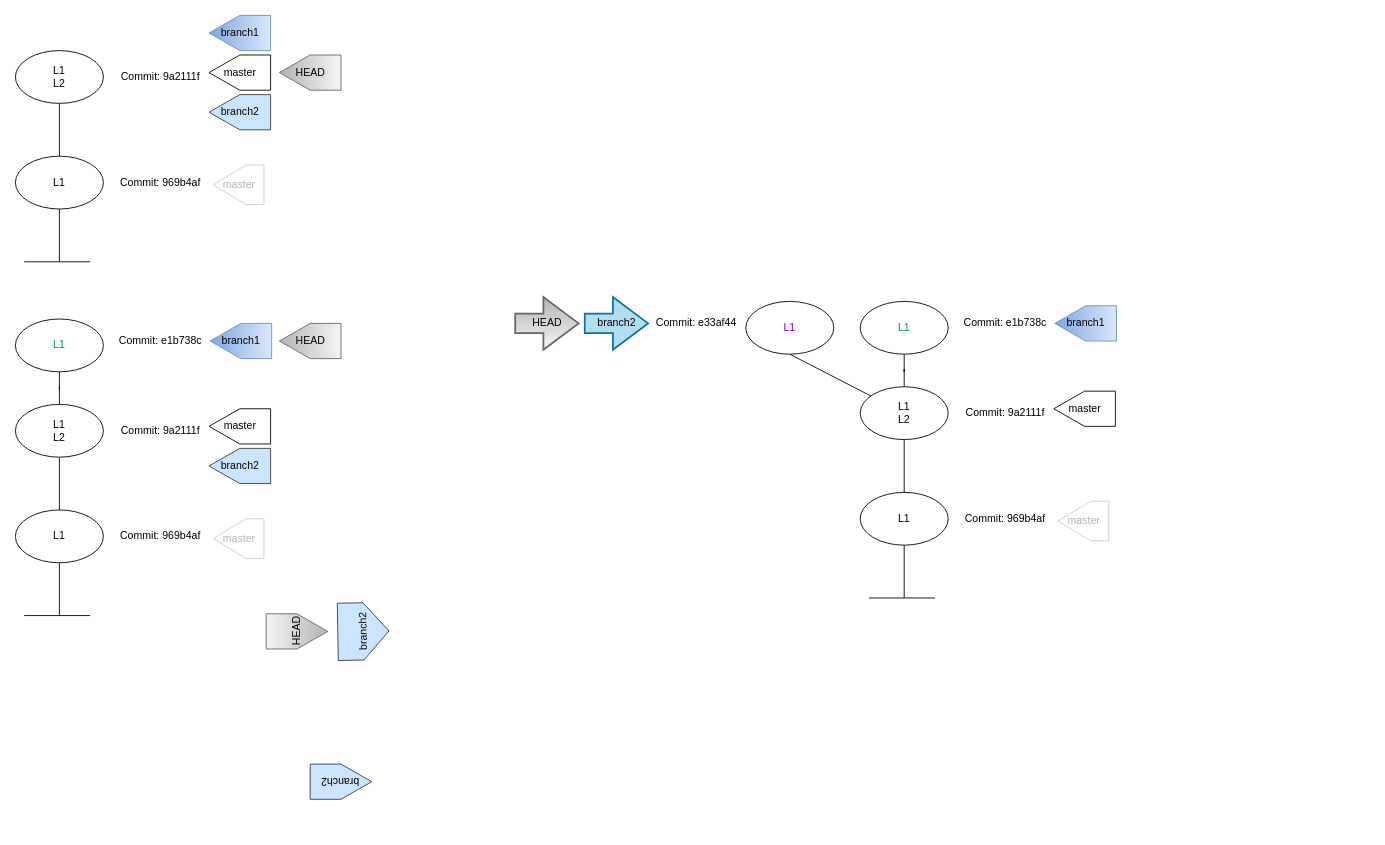
agabhinav/git-basics keeps this draw.io diagram as Untitled Diagram.drawio. Above is the earlier version. Source tidied: cells renumbered, new cells numbered last; positions are measured from the earlier drawing's top-left corner, leaving out a move shared by most shapes. Both pictures are drawn from the tidied source at 88%, with x=0, y=0 at pixel (15, 2).
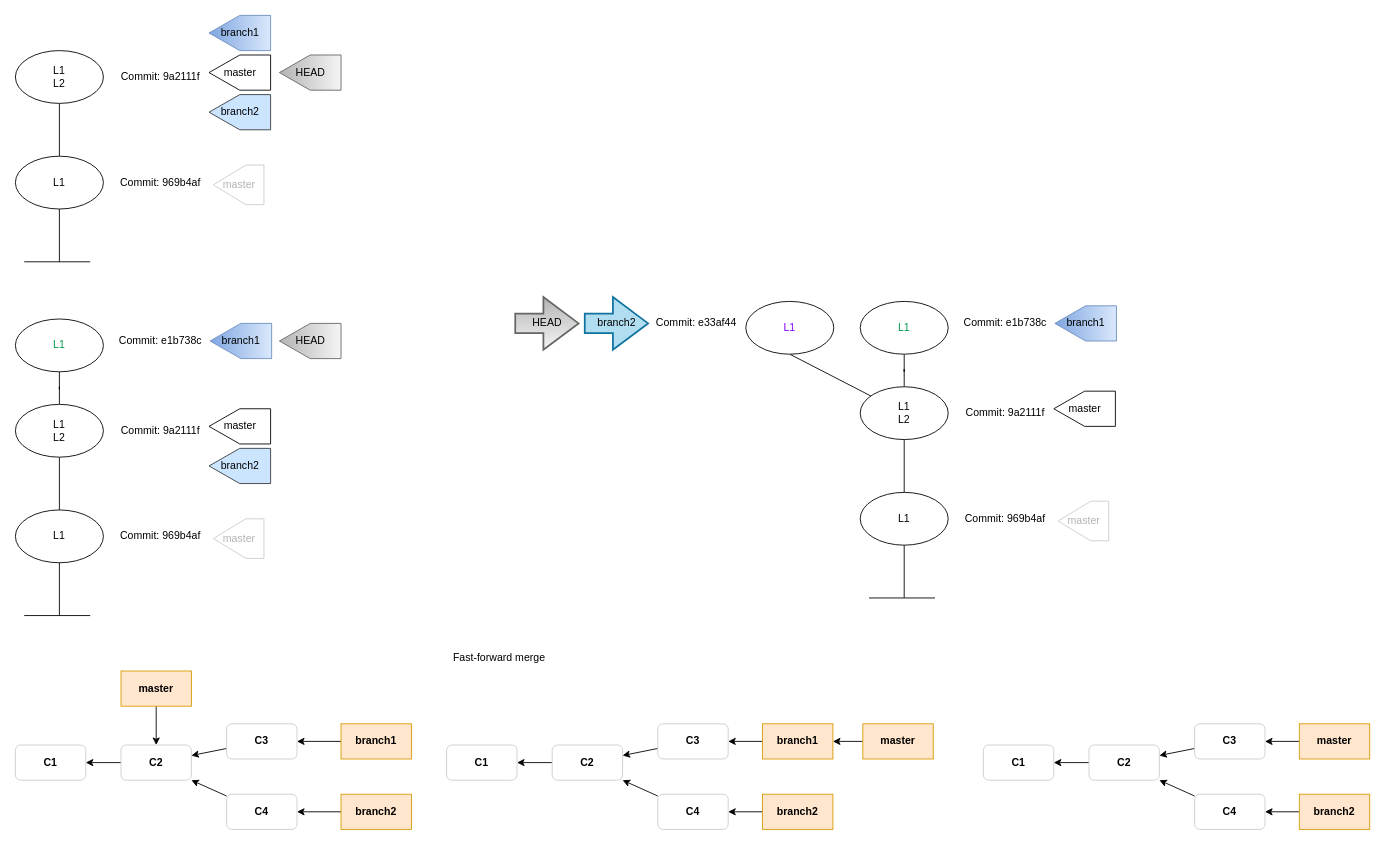
The same page after the edit.

Diff of the diagram source:
```diff
@@
-    <mxCell id="40" value="branch2" style="verticalLabelPosition=middle;verticalAlign=middle;html=1;shape=offPageConnector;rounded=0;size=0.5;rotation=-91;labelPosition=center;align=center;horizontal=1;fillColor=#cce5ff;strokeColor=#36393d;" parent="1" vertex="1">
-      <mxGeometry x="362.9" y="685.9" width="65.1" height="58.2" as="geometry" />
-    </mxCell>
@@
-    <mxCell id="42" value="HEAD" style="verticalLabelPosition=middle;verticalAlign=middle;html=1;shape=offPageConnector;rounded=0;size=0.5;rotation=-90;labelPosition=center;align=center;horizontal=1;fillColor=#f5f5f5;gradientColor=#b3b3b3;strokeColor=#666666;labelBackgroundColor=none;labelBorderColor=none;" parent="1" vertex="1">
-      <mxGeometry x="300" y="680" width="40" height="70" as="geometry" />
-    </mxCell>
@@
-    <mxCell id="47" value="branch2" style="verticalLabelPosition=middle;verticalAlign=middle;html=1;shape=offPageConnector;rounded=0;size=0.5;rotation=-90;labelPosition=center;align=center;horizontal=0;fillColor=#cce5ff;strokeColor=#36393d;" parent="1" vertex="1">
-      <mxGeometry x="350" y="850.8" width="40" height="70" as="geometry" />
-    </mxCell>
@@
+    <mxCell id="50" value="&lt;b&gt;C1&lt;/b&gt;" style="rounded=1;whiteSpace=wrap;html=1;labelBackgroundColor=none;labelBorderColor=none;strokeColor=#CCCCCC;fontColor=#000000;gradientDirection=north;" parent="1" vertex="1">
+      <mxGeometry y="844.1" width="80" height="40" as="geometry" />
+    </mxCell>
+    <mxCell id="51" style="edgeStyle=none;rounded=0;jettySize=auto;html=1;fontColor=#000000;endArrow=classic;endFill=1;" parent="1" edge="1" source="52" target="54">
+      <mxGeometry relative="1" as="geometry" />
+    </mxCell>
+    <mxCell id="52" value="&lt;b&gt;master&lt;/b&gt;" style="rounded=0;whiteSpace=wrap;html=1;labelBackgroundColor=none;labelBorderColor=none;strokeColor=#d79b00;gradientDirection=north;fillColor=#ffe6cc;" parent="1" vertex="1">
+      <mxGeometry x="120" y="760" width="80" height="40" as="geometry" />
+    </mxCell>
+    <mxCell id="53" style="edgeStyle=none;rounded=0;jettySize=auto;html=1;fontColor=#000000;endArrow=classic;endFill=1;" parent="1" edge="1" source="54" target="50">
+      <mxGeometry relative="1" as="geometry" />
+    </mxCell>
+    <mxCell id="54" value="&lt;b&gt;C2&lt;/b&gt;" style="rounded=1;whiteSpace=wrap;html=1;labelBackgroundColor=none;labelBorderColor=none;strokeColor=#CCCCCC;fontColor=#000000;gradientDirection=north;" parent="1" vertex="1">
+      <mxGeometry x="120" y="844.1" width="80" height="40" as="geometry" />
+    </mxCell>
+    <mxCell id="55" style="edgeStyle=none;rounded=0;jettySize=auto;html=1;fontColor=#000000;endArrow=classic;endFill=1;" parent="1" edge="1" source="56" target="54">
+      <mxGeometry relative="1" as="geometry" />
+    </mxCell>
+    <mxCell id="56" value="&lt;b&gt;C3&lt;/b&gt;" style="rounded=1;whiteSpace=wrap;html=1;labelBackgroundColor=none;labelBorderColor=none;strokeColor=#CCCCCC;fontColor=#000000;gradientDirection=north;" parent="1" vertex="1">
+      <mxGeometry x="240" y="820" width="80" height="40" as="geometry" />
+    </mxCell>
+    <mxCell id="57" style="edgeStyle=none;rounded=0;jettySize=auto;html=1;fontColor=#000000;endArrow=classic;endFill=1;" parent="1" edge="1" source="58" target="56">
+      <mxGeometry relative="1" as="geometry" />
+    </mxCell>
+    <mxCell id="58" value="&lt;b&gt;branch1&lt;/b&gt;" style="rounded=0;whiteSpace=wrap;html=1;labelBackgroundColor=none;labelBorderColor=none;strokeColor=#d79b00;gradientDirection=north;fillColor=#ffe6cc;" parent="1" vertex="1">
+      <mxGeometry x="370" y="820" width="80" height="40" as="geometry" />
+    </mxCell>
+    <mxCell id="59" style="edgeStyle=none;rounded=0;jettySize=auto;html=1;entryX=1;entryY=1;entryDx=0;entryDy=0;fontColor=#000000;endArrow=classic;endFill=1;" parent="1" edge="1" source="60" target="54">
+      <mxGeometry relative="1" as="geometry" />
+    </mxCell>
+    <mxCell id="60" value="&lt;b&gt;C4&lt;/b&gt;" style="rounded=1;whiteSpace=wrap;html=1;labelBackgroundColor=none;labelBorderColor=none;strokeColor=#CCCCCC;fontColor=#000000;gradientDirection=north;" parent="1" vertex="1">
+      <mxGeometry x="240" y="900" width="80" height="40" as="geometry" />
+    </mxCell>
+    <mxCell id="61" style="edgeStyle=none;rounded=0;jettySize=auto;html=1;fontColor=#000000;endArrow=classic;endFill=1;" parent="1" edge="1" source="62" target="60">
+      <mxGeometry relative="1" as="geometry" />
+    </mxCell>
+    <mxCell id="62" value="&lt;b&gt;branch2&lt;/b&gt;" style="rounded=0;whiteSpace=wrap;html=1;labelBackgroundColor=none;labelBorderColor=none;strokeColor=#d79b00;gradientDirection=north;fillColor=#ffe6cc;" parent="1" vertex="1">
+      <mxGeometry x="370" y="900" width="80" height="40" as="geometry" />
+    </mxCell>
+    <mxCell id="63" value="&lt;b&gt;C1&lt;/b&gt;" style="rounded=1;whiteSpace=wrap;html=1;labelBackgroundColor=none;labelBorderColor=none;strokeColor=#CCCCCC;fontColor=#000000;gradientDirection=north;" parent="1" vertex="1">
+      <mxGeometry x="490" y="844.1" width="80" height="40" as="geometry" />
+    </mxCell>
+    <mxCell id="64" style="edgeStyle=none;rounded=0;jettySize=auto;html=1;fontColor=#000000;endArrow=classic;endFill=1;" parent="1" edge="1" source="65" target="71">
+      <mxGeometry relative="1" as="geometry" />
+    </mxCell>
+    <mxCell id="65" value="&lt;b&gt;master&lt;/b&gt;" style="rounded=0;whiteSpace=wrap;html=1;labelBackgroundColor=none;labelBorderColor=none;strokeColor=#d79b00;gradientDirection=north;fillColor=#ffe6cc;" parent="1" vertex="1">
+      <mxGeometry x="963" y="820" width="80" height="40" as="geometry" />
+    </mxCell>
+    <mxCell id="66" style="edgeStyle=none;rounded=0;jettySize=auto;html=1;fontColor=#000000;endArrow=classic;endFill=1;" parent="1" edge="1" source="67" target="63">
+      <mxGeometry relative="1" as="geometry" />
+    </mxCell>
+    <mxCell id="67" value="&lt;b&gt;C2&lt;/b&gt;" style="rounded=1;whiteSpace=wrap;html=1;labelBackgroundColor=none;labelBorderColor=none;strokeColor=#CCCCCC;fontColor=#000000;gradientDirection=north;" parent="1" vertex="1">
+      <mxGeometry x="610" y="844.1" width="80" height="40" as="geometry" />
+    </mxCell>
+    <mxCell id="68" style="edgeStyle=none;rounded=0;jettySize=auto;html=1;fontColor=#000000;endArrow=classic;endFill=1;" parent="1" edge="1" source="69" target="67">
+      <mxGeometry relative="1" as="geometry" />
+    </mxCell>
+    <mxCell id="69" value="&lt;b&gt;C3&lt;/b&gt;" style="rounded=1;whiteSpace=wrap;html=1;labelBackgroundColor=none;labelBorderColor=none;strokeColor=#CCCCCC;fontColor=#000000;gradientDirection=north;" parent="1" vertex="1">
+      <mxGeometry x="730" y="820" width="80" height="40" as="geometry" />
+    </mxCell>
+    <mxCell id="70" style="edgeStyle=none;rounded=0;jettySize=auto;html=1;fontColor=#000000;endArrow=classic;endFill=1;" parent="1" edge="1" source="71" target="69">
+      <mxGeometry relative="1" as="geometry" />
+    </mxCell>
+    <mxCell id="71" value="&lt;b&gt;branch1&lt;/b&gt;" style="rounded=0;whiteSpace=wrap;html=1;labelBackgroundColor=none;labelBorderColor=none;strokeColor=#d79b00;gradientDirection=north;fillColor=#ffe6cc;" parent="1" vertex="1">
+      <mxGeometry x="849" y="820" width="80" height="40" as="geometry" />
+    </mxCell>
+    <mxCell id="72" style="edgeStyle=none;rounded=0;jettySize=auto;html=1;entryX=1;entryY=1;entryDx=0;entryDy=0;fontColor=#000000;endArrow=classic;endFill=1;" parent="1" edge="1" source="73" target="67">
+      <mxGeometry relative="1" as="geometry" />
+    </mxCell>
+    <mxCell id="73" value="&lt;b&gt;C4&lt;/b&gt;" style="rounded=1;whiteSpace=wrap;html=1;labelBackgroundColor=none;labelBorderColor=none;strokeColor=#CCCCCC;fontColor=#000000;gradientDirection=north;" parent="1" vertex="1">
+      <mxGeometry x="730" y="900" width="80" height="40" as="geometry" />
+    </mxCell>
+    <mxCell id="74" style="edgeStyle=none;rounded=0;jettySize=auto;html=1;fontColor=#000000;endArrow=classic;endFill=1;" parent="1" edge="1" source="75" target="73">
+      <mxGeometry relative="1" as="geometry" />
+    </mxCell>
+    <mxCell id="75" value="&lt;b&gt;branch2&lt;/b&gt;" style="rounded=0;whiteSpace=wrap;html=1;labelBackgroundColor=none;labelBorderColor=none;strokeColor=#d79b00;gradientDirection=north;fillColor=#ffe6cc;" parent="1" vertex="1">
+      <mxGeometry x="849" y="900" width="80" height="40" as="geometry" />
+    </mxCell>
+    <mxCell id="76" value="Fast-forward merge" style="text;html=1;strokeColor=none;fillColor=none;align=center;verticalAlign=middle;whiteSpace=wrap;rounded=0;labelBackgroundColor=none;labelBorderColor=none;fontColor=#000000;" parent="1" vertex="1">
+      <mxGeometry x="490" y="730" width="120" height="30" as="geometry" />
+    </mxCell>
+    <mxCell id="77" value="&lt;b&gt;C1&lt;/b&gt;" style="rounded=1;whiteSpace=wrap;html=1;labelBackgroundColor=none;labelBorderColor=none;strokeColor=#CCCCCC;fontColor=#000000;gradientDirection=north;" parent="1" vertex="1">
+      <mxGeometry x="1100" y="844.1" width="80" height="40" as="geometry" />
+    </mxCell>
+    <mxCell id="78" style="edgeStyle=none;rounded=0;jettySize=auto;html=1;fontColor=#000000;endArrow=classic;endFill=1;" parent="1" edge="1" source="79" target="83">
+      <mxGeometry relative="1" as="geometry" />
+    </mxCell>
+    <mxCell id="79" value="&lt;b&gt;master&lt;/b&gt;" style="rounded=0;whiteSpace=wrap;html=1;labelBackgroundColor=none;labelBorderColor=none;strokeColor=#d79b00;gradientDirection=north;fillColor=#ffe6cc;" parent="1" vertex="1">
+      <mxGeometry x="1459" y="820" width="80" height="40" as="geometry" />
+    </mxCell>
+    <mxCell id="80" style="edgeStyle=none;rounded=0;jettySize=auto;html=1;fontColor=#000000;endArrow=classic;endFill=1;" parent="1" edge="1" source="81" target="77">
+      <mxGeometry relative="1" as="geometry" />
+    </mxCell>
+    <mxCell id="81" value="&lt;b&gt;C2&lt;/b&gt;" style="rounded=1;whiteSpace=wrap;html=1;labelBackgroundColor=none;labelBorderColor=none;strokeColor=#CCCCCC;fontColor=#000000;gradientDirection=north;" parent="1" vertex="1">
+      <mxGeometry x="1220" y="844.1" width="80" height="40" as="geometry" />
+    </mxCell>
+    <mxCell id="82" style="edgeStyle=none;rounded=0;jettySize=auto;html=1;fontColor=#000000;endArrow=classic;endFill=1;" parent="1" edge="1" source="83" target="81">
+      <mxGeometry relative="1" as="geometry" />
+    </mxCell>
+    <mxCell id="83" value="&lt;b&gt;C3&lt;/b&gt;" style="rounded=1;whiteSpace=wrap;html=1;labelBackgroundColor=none;labelBorderColor=none;strokeColor=#CCCCCC;fontColor=#000000;gradientDirection=north;" parent="1" vertex="1">
+      <mxGeometry x="1340" y="820" width="80" height="40" as="geometry" />
+    </mxCell>
+    <mxCell id="84" style="edgeStyle=none;rounded=0;jettySize=auto;html=1;entryX=1;entryY=1;entryDx=0;entryDy=0;fontColor=#000000;endArrow=classic;endFill=1;" parent="1" edge="1" source="85" target="81">
+      <mxGeometry relative="1" as="geometry" />
+    </mxCell>
+    <mxCell id="85" value="&lt;b&gt;C4&lt;/b&gt;" style="rounded=1;whiteSpace=wrap;html=1;labelBackgroundColor=none;labelBorderColor=none;strokeColor=#CCCCCC;fontColor=#000000;gradientDirection=north;" parent="1" vertex="1">
+      <mxGeometry x="1340" y="900" width="80" height="40" as="geometry" />
+    </mxCell>
+    <mxCell id="86" style="edgeStyle=none;rounded=0;jettySize=auto;html=1;fontColor=#000000;endArrow=classic;endFill=1;" parent="1" edge="1" source="87" target="85">
+      <mxGeometry relative="1" as="geometry" />
+    </mxCell>
+    <mxCell id="87" value="&lt;b&gt;branch2&lt;/b&gt;" style="rounded=0;whiteSpace=wrap;html=1;labelBackgroundColor=none;labelBorderColor=none;strokeColor=#d79b00;gradientDirection=north;fillColor=#ffe6cc;" parent="1" vertex="1">
+      <mxGeometry x="1459" y="900" width="80" height="40" as="geometry" />
+    </mxCell>
```
